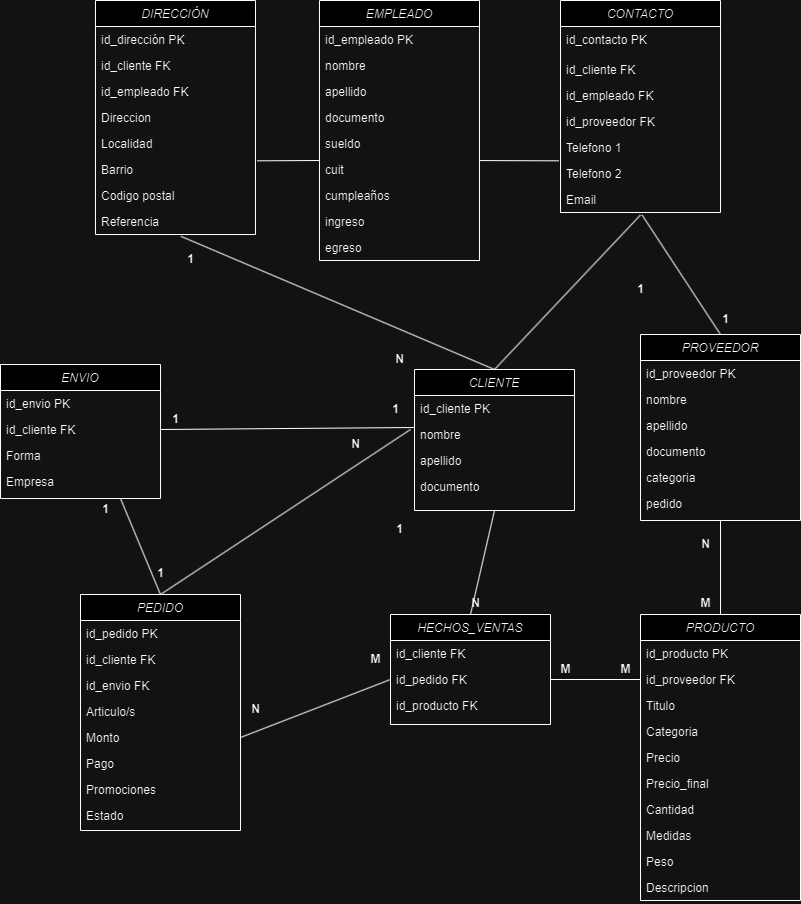
Earlier version of the draw.io export DIAGRAMAS E-R/Diagrama E-R.png (augustomenazzi/SQL---CODERHOUSE). Source tidied: cells renumbered, new cells last; positions are measured from the earlier drawing's top-left corner, leaving out a move shared by most shapes.
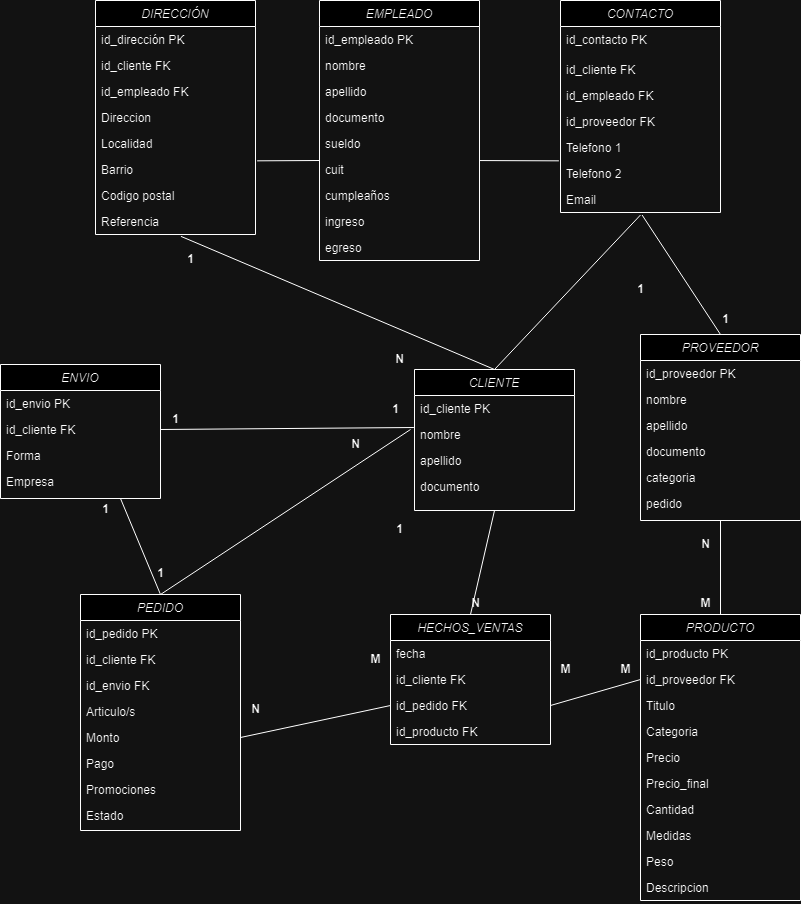
After the change.

What changed in the source:
```diff
@@ -39,16 +39,19 @@
       <mxGeometry y="156" width="160" height="26" as="geometry" />
     </mxCell>
     <mxCell id="14" value="HECHOS_VENTAS" style="swimlane;fontStyle=2;align=center;verticalAlign=top;horizontal=1;startSize=26;rounded=0;shadow=0;strokeWidth=1;" parent="1" vertex="1">
-      <mxGeometry x="390" y="614" width="160" height="110" as="geometry" />
+      <mxGeometry x="390" y="614" width="160" height="130" as="geometry" />
     </mxCell>
+    <mxCell id="99" value="fecha" style="text;align=left;verticalAlign=top;spacingLeft=4;spacingRight=4;overflow=hidden;rounded=0;shadow=0;html=0;" parent="14" vertex="1">
+      <mxGeometry y="26" width="160" height="26" as="geometry" />
+    </mxCell>
     <mxCell id="15" value="id_cliente FK" style="text;align=left;verticalAlign=top;spacingLeft=4;spacingRight=4;overflow=hidden;" parent="14" vertex="1">
-      <mxGeometry y="26" width="160" height="26" as="geometry" />
+      <mxGeometry y="52" width="160" height="26" as="geometry" />
     </mxCell>
     <mxCell id="16" value="id_pedido FK" style="text;align=left;verticalAlign=top;spacingLeft=4;spacingRight=4;overflow=hidden;points=[[0,0.5],[1,0.5]];portConstraint=eastwest;rounded=0;shadow=0;html=0;" parent="14" vertex="1">
-      <mxGeometry y="52" width="160" height="26" as="geometry" />
+      <mxGeometry y="78" width="160" height="26" as="geometry" />
     </mxCell>
     <mxCell id="17" value="id_producto FK" style="text;align=left;verticalAlign=top;spacingLeft=4;spacingRight=4;overflow=hidden;rounded=0;shadow=0;html=0;" parent="14" vertex="1">
-      <mxGeometry y="78" width="160" height="26" as="geometry" />
+      <mxGeometry y="104" width="160" height="26" as="geometry" />
     </mxCell>
     <mxCell id="18" value="DIRECCIÓN" style="swimlane;fontStyle=2;align=center;verticalAlign=top;horizontal=1;startSize=26;rounded=0;shadow=0;strokeWidth=1;" parent="1" vertex="1">
       <mxGeometry x="95" width="160" height="234" as="geometry" />
```
